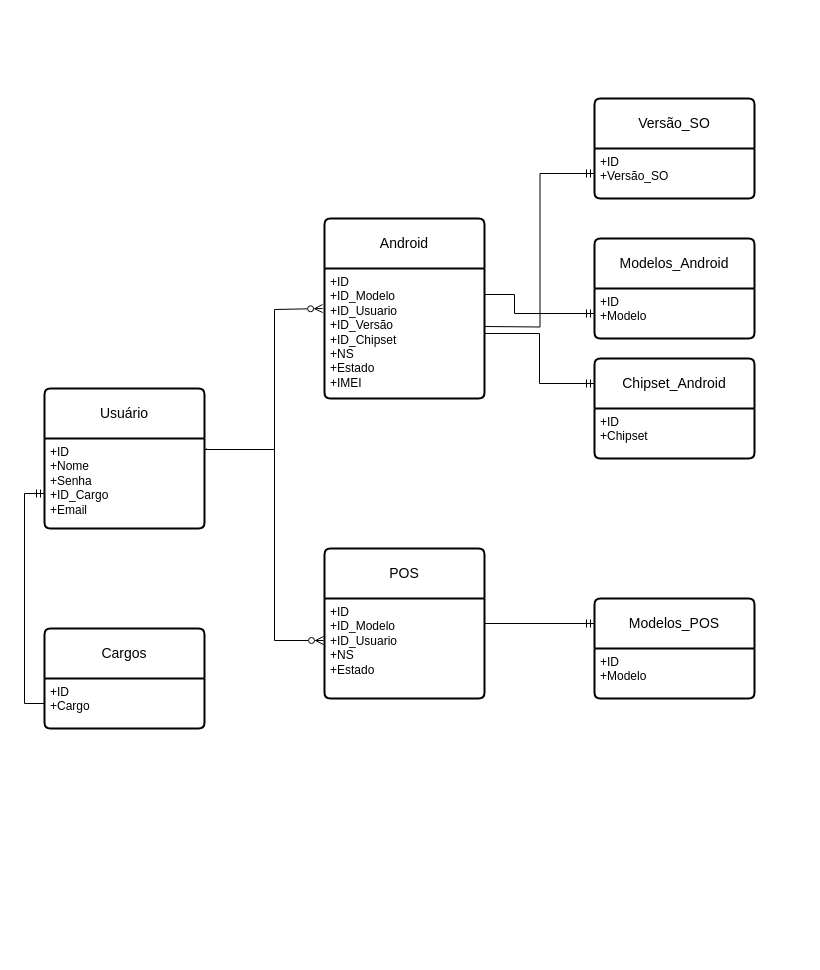
Earlier version of the draw.io diagram Diagramas/DER.drawio (LeonardoPoss/Teste-Site-de-Invent-rio). Source tidied: cells renumbered, new cells numbered last; positions are measured from the earlier drawing's top-left corner, leaving out a move shared by most shapes. Both pictures are drawn from the tidied source at 100%, with x=0, y=0 at pixel (24, 98).
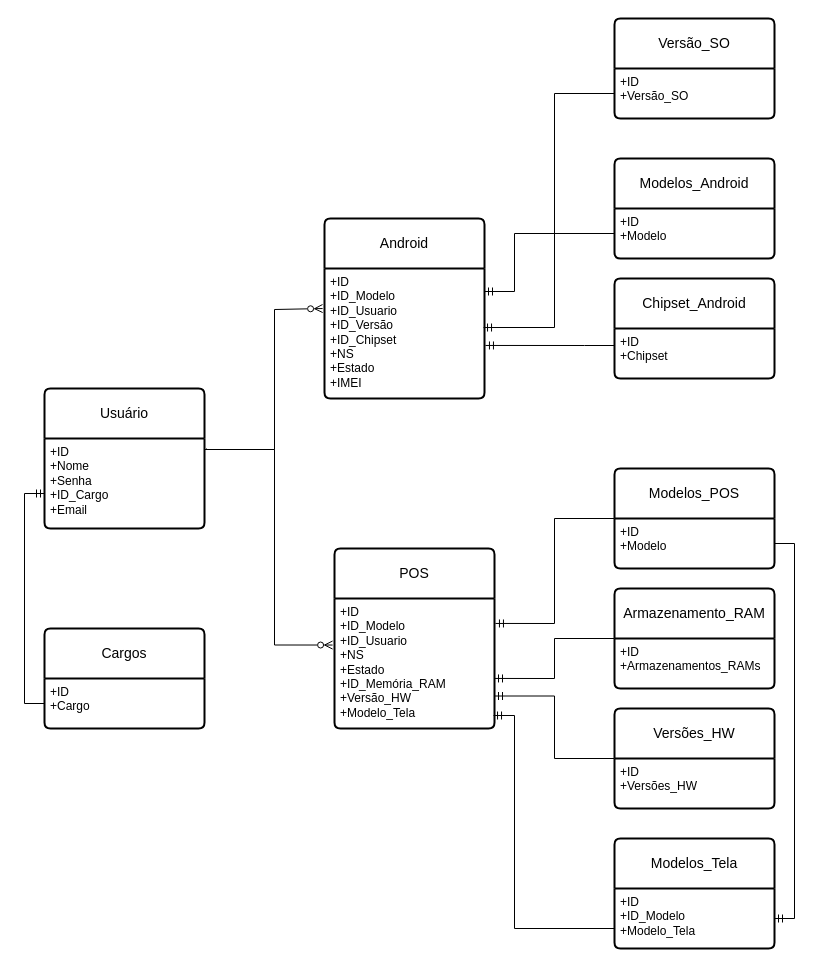
The same page after the edit.

The change refers to these unchanged cells:
```xml
<mxCell id="5" value="+ID&lt;br&gt;+ID_Modelo&lt;div&gt;+ID_Usuario&lt;/div&gt;&lt;div&gt;+ID_Versão&lt;/div&gt;&lt;div&gt;+ID_Chipset&lt;br&gt;+NS&lt;div&gt;+Estado&lt;/div&gt;&lt;div&gt;+IMEI&lt;/div&gt;&lt;/div&gt;" style="align=left;strokeColor=none;fillColor=none;spacingLeft=4;fontSize=12;verticalAlign=top;html=1;" parent="4" vertex="1">
  <mxGeometry y="50" width="160" height="130" as="geometry" />
</mxCell>
<mxCell id="7" value="+ID&lt;br&gt;+Modelo&lt;br&gt;&lt;div&gt;&lt;br&gt;&lt;/div&gt;" style="align=left;strokeColor=none;fillColor=none;spacingLeft=4;fontSize=12;verticalAlign=top;html=1;" parent="6" vertex="1">
  <mxGeometry y="50" width="160" height="50" as="geometry" />
</mxCell>
<mxCell id="13" value="+ID&lt;br&gt;+Modelo&lt;br&gt;&lt;div&gt;&lt;br&gt;&lt;/div&gt;" style="align=left;strokeColor=none;fillColor=none;spacingLeft=4;fontSize=12;verticalAlign=top;html=1;" parent="12" vertex="1">
  <mxGeometry y="50" width="160" height="50" as="geometry" />
</mxCell>
<mxCell id="20" value="+ID&lt;br&gt;+Versão_SO&lt;br&gt;&lt;div&gt;&lt;br&gt;&lt;/div&gt;" style="align=left;strokeColor=none;fillColor=none;spacingLeft=4;fontSize=12;verticalAlign=top;html=1;" parent="19" vertex="1">
  <mxGeometry y="50" width="160" height="50" as="geometry" />
</mxCell>
<mxCell id="23" value="+ID&lt;br&gt;+Chipset&lt;br&gt;&lt;div&gt;&lt;br&gt;&lt;/div&gt;" style="align=left;strokeColor=none;fillColor=none;spacingLeft=4;fontSize=12;verticalAlign=top;html=1;" parent="22" vertex="1">
  <mxGeometry y="50" width="160" height="50" as="geometry" />
</mxCell>
```

What changed in the source:
```diff
@@
     <mxCell id="6" value="Modelos_Android" style="swimlane;horizontal=1;startSize=50;rounded=1;fontSize=14;fontStyle=0;strokeWidth=2;shadow=0;dashed=0;align=center;arcSize=4;whiteSpace=wrap;html=1;" parent="1" vertex="1">
-      <mxGeometry x="570" y="140" width="160" height="100" as="geometry" />
+      <mxGeometry x="590" y="60" width="160" height="100" as="geometry" />
     </mxCell>
@@
-    <mxCell id="8" style="edgeStyle=orthogonalEdgeStyle;rounded=0;jettySize=auto;html=1;endArrow=ERmandOne;endFill=0;entryX=0;entryY=0.75;entryDx=0;entryDy=0;exitX=1;exitY=0.2;exitDx=0;exitDy=0;exitPerimeter=0;" parent="1" edge="1" source="5" target="6">
-      <mxGeometry relative="1" as="geometry">
-        <Array as="points">
-          <mxPoint x="490" y="196" />
-          <mxPoint x="490" y="215" />
-        </Array>
-      </mxGeometry>
-    </mxCell>
@@
     <mxCell id="10" value="POS" style="swimlane;horizontal=1;startSize=50;rounded=1;fontSize=14;fontStyle=0;strokeWidth=2;shadow=0;dashed=0;align=center;arcSize=4;whiteSpace=wrap;html=1;" parent="1" vertex="1">
-      <mxGeometry x="300" y="450" width="160" height="150" as="geometry" />
+      <mxGeometry x="310" y="450" width="160" height="180" as="geometry" />
     </mxCell>
-    <mxCell id="11" value="+ID&lt;br&gt;+ID_Modelo&lt;div&gt;+ID_Usuario&lt;br&gt;+NS&lt;div&gt;+Estado&lt;/div&gt;&lt;div&gt;&lt;br&gt;&lt;/div&gt;&lt;/div&gt;" style="align=left;strokeColor=none;fillColor=none;spacingLeft=4;fontSize=12;verticalAlign=top;html=1;" parent="10" vertex="1">
-      <mxGeometry y="50" width="160" height="100" as="geometry" />
+    <mxCell id="11" value="+ID&lt;br&gt;+ID_Modelo&lt;div&gt;+ID_Usuario&lt;br&gt;+NS&lt;div&gt;+Estado&lt;/div&gt;&lt;div&gt;+ID_Memória_RAM&lt;/div&gt;&lt;div&gt;+Versão_HW&lt;/div&gt;&lt;div&gt;+Modelo_Tela&lt;/div&gt;&lt;div&gt;&lt;br&gt;&lt;/div&gt;&lt;/div&gt;" style="align=left;strokeColor=none;fillColor=none;spacingLeft=4;fontSize=12;verticalAlign=top;html=1;" parent="10" vertex="1">
+      <mxGeometry y="50" width="160" height="130" as="geometry" />
     </mxCell>
     <mxCell id="12" value="Modelos_POS" style="swimlane;horizontal=1;startSize=50;rounded=1;fontSize=14;fontStyle=0;strokeWidth=2;shadow=0;dashed=0;align=center;arcSize=4;whiteSpace=wrap;html=1;" parent="1" vertex="1">
-      <mxGeometry x="570" y="500" width="160" height="100" as="geometry" />
+      <mxGeometry x="590" y="370" width="160" height="100" as="geometry" />
     </mxCell>
@@
-    <mxCell id="14" style="edgeStyle=orthogonalEdgeStyle;rounded=0;jettySize=auto;html=1;endArrow=ERmandOne;endFill=0;entryX=0;entryY=0.25;entryDx=0;entryDy=0;exitX=1;exitY=0.25;exitDx=0;exitDy=0;" parent="1" edge="1" source="11" target="12">
-      <mxGeometry relative="1" as="geometry" />
-    </mxCell>
-    <mxCell id="15" style="edgeStyle=orthogonalEdgeStyle;rounded=0;jettySize=auto;html=1;entryX=-0.006;entryY=0.42;entryDx=0;entryDy=0;entryPerimeter=0;endArrow=ERzeroToMany;endFill=0;" parent="1" edge="1" target="11">
+    <mxCell id="15" style="edgeStyle=orthogonalEdgeStyle;rounded=0;jettySize=auto;html=1;entryX=-0.012;entryY=0.358;entryDx=0;entryDy=0;entryPerimeter=0;endArrow=ERzeroToMany;endFill=0;" parent="1" edge="1" target="11">
       <mxGeometry relative="1" as="geometry">
         <mxPoint x="180" y="351" as="sourcePoint" />
         <Array as="points">
           <mxPoint x="250" y="351" />
-          <mxPoint x="250" y="542" />
+          <mxPoint x="250" y="547" />
         </Array>
       </mxGeometry>
     </mxCell>
@@
     <mxCell id="19" value="Versão_SO" style="swimlane;horizontal=1;startSize=50;rounded=1;fontSize=14;fontStyle=0;strokeWidth=2;shadow=0;dashed=0;align=center;arcSize=4;whiteSpace=wrap;html=1;" parent="1" vertex="1">
-      <mxGeometry x="570" width="160" height="100" as="geometry" />
+      <mxGeometry x="590" y="-80" width="160" height="100" as="geometry" />
     </mxCell>
@@
-    <mxCell id="21" style="edgeStyle=orthogonalEdgeStyle;rounded=0;jettySize=auto;html=1;endArrow=ERmandOne;endFill=0;entryX=0;entryY=0.75;entryDx=0;entryDy=0;" parent="1" edge="1" target="19">
-      <mxGeometry relative="1" as="geometry">
-        <mxPoint x="460" y="228" as="sourcePoint" />
-      </mxGeometry>
-    </mxCell>
     <mxCell id="22" value="Chipset_Android" style="swimlane;horizontal=1;startSize=50;rounded=1;fontSize=14;fontStyle=0;strokeWidth=2;shadow=0;dashed=0;align=center;arcSize=4;whiteSpace=wrap;html=1;" parent="1" vertex="1">
-      <mxGeometry x="570" y="260" width="160" height="100" as="geometry" />
+      <mxGeometry x="590" y="180" width="160" height="100" as="geometry" />
     </mxCell>
@@
-    <mxCell id="24" style="edgeStyle=orthogonalEdgeStyle;rounded=0;jettySize=auto;html=1;entryX=0;entryY=0.25;entryDx=0;entryDy=0;endArrow=ERmandOne;endFill=0;" parent="1" edge="1" source="5" target="22">
-      <mxGeometry relative="1" as="geometry" />
-    </mxCell>
+    <mxCell id="25" value="Armazenamento_RAM" style="swimlane;horizontal=1;startSize=50;rounded=1;fontSize=14;fontStyle=0;strokeWidth=2;shadow=0;dashed=0;align=center;arcSize=4;whiteSpace=wrap;html=1;" parent="1" vertex="1">
+      <mxGeometry x="590" y="490" width="160" height="100" as="geometry" />
+    </mxCell>
+    <mxCell id="26" value="+ID&lt;br&gt;+Armazenamentos_RAMs&lt;br&gt;&lt;div&gt;&lt;br&gt;&lt;/div&gt;" style="align=left;strokeColor=none;fillColor=none;spacingLeft=4;fontSize=12;verticalAlign=top;html=1;" parent="25" vertex="1">
+      <mxGeometry y="50" width="160" height="50" as="geometry" />
+    </mxCell>
+    <mxCell id="27" style="edgeStyle=orthogonalEdgeStyle;rounded=0;jettySize=auto;html=1;entryX=1;entryY=0.75;entryDx=0;entryDy=0;endArrow=ERmandOne;endFill=0;" parent="1" edge="1" source="28" target="11">
+      <mxGeometry relative="1" as="geometry" />
+    </mxCell>
+    <mxCell id="28" value="Versões_HW" style="swimlane;horizontal=1;startSize=50;rounded=1;fontSize=14;fontStyle=0;strokeWidth=2;shadow=0;dashed=0;align=center;arcSize=4;whiteSpace=wrap;html=1;" parent="1" vertex="1">
+      <mxGeometry x="590" y="610" width="160" height="100" as="geometry" />
+    </mxCell>
+    <mxCell id="29" value="+ID&lt;br&gt;+Versões_HW&lt;br&gt;&lt;div&gt;&lt;br&gt;&lt;/div&gt;" style="align=left;strokeColor=none;fillColor=none;spacingLeft=4;fontSize=12;verticalAlign=top;html=1;" parent="28" vertex="1">
+      <mxGeometry y="50" width="160" height="50" as="geometry" />
+    </mxCell>
+    <mxCell id="30" value="Modelos_Tela" style="swimlane;horizontal=1;startSize=50;rounded=1;fontSize=14;fontStyle=0;strokeWidth=2;shadow=0;dashed=0;align=center;arcSize=4;whiteSpace=wrap;html=1;" parent="1" vertex="1">
+      <mxGeometry x="590" y="740" width="160" height="110" as="geometry" />
+    </mxCell>
+    <mxCell id="31" value="+ID&lt;br&gt;+ID_Modelo&lt;div&gt;+Modelo_Tela&lt;br&gt;&lt;div&gt;&lt;br&gt;&lt;/div&gt;&lt;/div&gt;" style="align=left;strokeColor=none;fillColor=none;spacingLeft=4;fontSize=12;verticalAlign=top;html=1;" parent="30" vertex="1">
+      <mxGeometry y="50" width="160" height="60" as="geometry" />
+    </mxCell>
+    <mxCell id="32" style="edgeStyle=orthogonalEdgeStyle;rounded=0;jettySize=auto;html=1;entryX=0.994;entryY=0.454;entryDx=0;entryDy=0;entryPerimeter=0;endArrow=ERmandOne;endFill=0;" parent="1" edge="1" source="20" target="5">
+      <mxGeometry relative="1" as="geometry">
+        <Array as="points">
+          <mxPoint x="530" y="-5" />
+          <mxPoint x="530" y="229" />
+        </Array>
+      </mxGeometry>
+    </mxCell>
+    <mxCell id="33" style="edgeStyle=orthogonalEdgeStyle;rounded=0;jettySize=auto;html=1;entryX=1;entryY=0.177;entryDx=0;entryDy=0;entryPerimeter=0;endArrow=ERmandOne;endFill=0;" parent="1" edge="1" source="7" target="5">
+      <mxGeometry relative="1" as="geometry">
+        <Array as="points">
+          <mxPoint x="490" y="135" />
+          <mxPoint x="490" y="193" />
+        </Array>
+      </mxGeometry>
+    </mxCell>
+    <mxCell id="34" style="edgeStyle=orthogonalEdgeStyle;rounded=0;jettySize=auto;html=1;entryX=1.006;entryY=0.592;entryDx=0;entryDy=0;entryPerimeter=0;endArrow=ERmandOne;endFill=0;" parent="1" edge="1" source="23" target="5">
+      <mxGeometry relative="1" as="geometry">
+        <Array as="points">
+          <mxPoint x="560" y="247" />
+          <mxPoint x="560" y="247" />
+        </Array>
+      </mxGeometry>
+    </mxCell>
+    <mxCell id="35" style="edgeStyle=orthogonalEdgeStyle;rounded=0;jettySize=auto;html=1;entryX=1.006;entryY=0.192;entryDx=0;entryDy=0;entryPerimeter=0;endArrow=ERmandOne;endFill=0;" parent="1" edge="1" source="12" target="11">
+      <mxGeometry relative="1" as="geometry" />
+    </mxCell>
+    <mxCell id="36" style="edgeStyle=orthogonalEdgeStyle;rounded=0;jettySize=auto;html=1;entryX=1;entryY=0.615;entryDx=0;entryDy=0;entryPerimeter=0;endArrow=ERmandOne;endFill=0;" parent="1" edge="1" source="25" target="11">
+      <mxGeometry relative="1" as="geometry" />
+    </mxCell>
+    <mxCell id="37" style="edgeStyle=orthogonalEdgeStyle;rounded=0;jettySize=auto;html=1;entryX=0.994;entryY=0.9;entryDx=0;entryDy=0;entryPerimeter=0;endArrow=ERmandOne;endFill=0;exitX=0;exitY=0.75;exitDx=0;exitDy=0;" parent="1" edge="1" source="31" target="11">
+      <mxGeometry relative="1" as="geometry">
+        <Array as="points">
+          <mxPoint x="590" y="830" />
+          <mxPoint x="490" y="830" />
+          <mxPoint x="490" y="617" />
+        </Array>
+      </mxGeometry>
+    </mxCell>
+    <mxCell id="38" style="edgeStyle=orthogonalEdgeStyle;rounded=0;jettySize=auto;html=1;entryX=1;entryY=0.5;entryDx=0;entryDy=0;endArrow=ERmandOne;endFill=0;" parent="1" edge="1" source="13" target="31">
+      <mxGeometry relative="1" as="geometry">
+        <Array as="points">
+          <mxPoint x="770" y="445" />
+          <mxPoint x="770" y="820" />
+        </Array>
+      </mxGeometry>
+    </mxCell>
```
